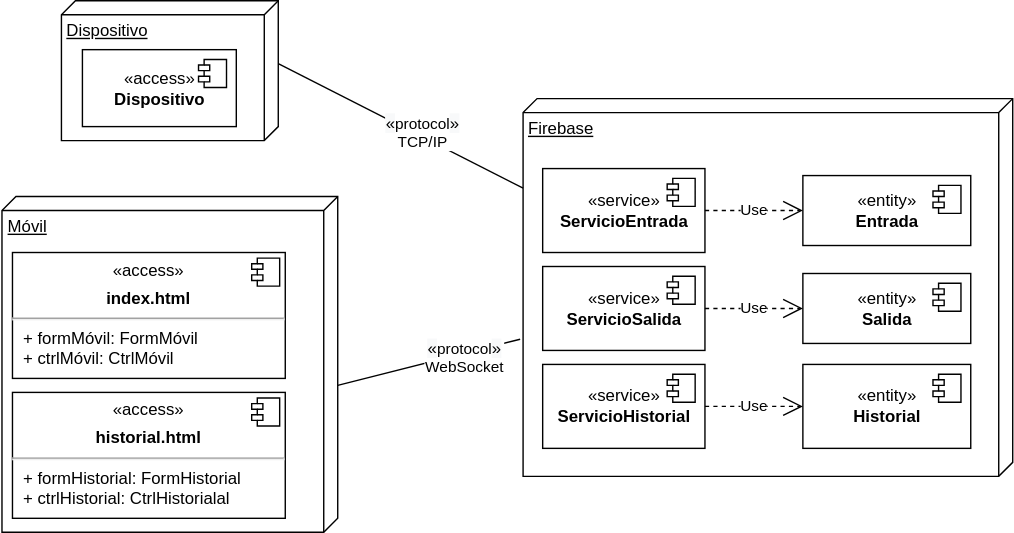
The draw.io diagram f_iot/img/despliegue_iot.svg in gilpgdm/gilpgdm.github.io, before a commit. Source tidied: cells renumbered, new cells last; positions are measured from the earlier drawing's top-left corner, leaving out a move shared by most shapes.
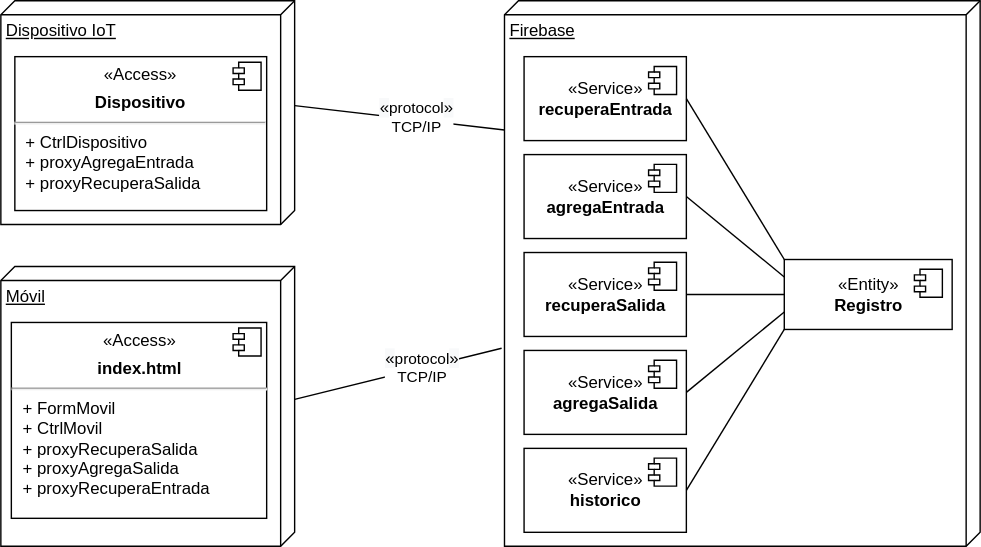
Above is the later version.

The edit, as a diff of the source:
```diff
@@ -2,119 +2,121 @@
   <root>
     <mxCell id="0" />
     <mxCell id="1" parent="0" />
-    <mxCell id="2" value="Firebase" style="verticalAlign=top;align=left;spacingTop=8;spacingLeft=2;spacingRight=12;shape=cube;size=10;direction=south;fontStyle=4;html=1;" parent="1" vertex="1">
-      <mxGeometry x="372" y="70" width="350" height="270" as="geometry" />
-    </mxCell>
-    <mxCell id="3" style="group;" parent="1" vertex="1">
-      <mxGeometry x="42" width="155" height="110" as="geometry" />
-    </mxCell>
-    <mxCell id="4" style="group;" parent="3" vertex="1">
-      <mxGeometry width="155" height="110" as="geometry" />
-    </mxCell>
-    <mxCell id="5" style="group;" parent="4" vertex="1">
-      <mxGeometry width="155" height="100" as="geometry" />
-    </mxCell>
-    <mxCell id="6" value="Dispositivo" style="verticalAlign=top;align=left;spacingTop=8;spacingLeft=2;spacingRight=12;shape=cube;size=10;direction=south;fontStyle=4;html=1;" parent="5" vertex="1">
-      <mxGeometry width="155" height="100" as="geometry" />
-    </mxCell>
-    <mxCell id="7" value="«access»&lt;br&gt;&lt;b&gt;Dispositivo&lt;/b&gt;" style="html=1;" parent="5" vertex="1">
-      <mxGeometry x="15" y="35" width="110" height="55" as="geometry" />
-    </mxCell>
-    <mxCell id="8" style="shape=module;jettyWidth=8;jettyHeight=4;" parent="7" vertex="1">
-      <mxGeometry x="1" width="20" height="20" relative="1" as="geometry">
-        <mxPoint x="-27" y="7" as="offset" />
-      </mxGeometry>
-    </mxCell>
+    <mxCell id="30" style="endArrow=none;html=1;entryX=0.237;entryY=1;entryDx=0;entryDy=0;entryPerimeter=0;exitX=0;exitY=0;exitDx=75;exitDy=0;exitPerimeter=0;" parent="1" edge="1" source="36" target="2">
+      <mxGeometry relative="1" as="geometry" />
+    </mxCell>
+    <mxCell id="31" value="&lt;span style=&quot;font-size: 12px ; background-color: rgb(248 , 249 , 250)&quot;&gt;«&lt;/span&gt;protocol&lt;span style=&quot;font-size: 12px ; background-color: rgb(248 , 249 , 250)&quot;&gt;»&lt;/span&gt;&lt;br&gt;TCP/IP" style="edgeLabel;html=1;align=center;verticalAlign=middle;" parent="30" vertex="1">
+      <mxGeometry x="0.15" y="3" relative="1" as="geometry" />
+    </mxCell>
+    <mxCell id="32" style="endArrow=none;html=1;entryX=0.637;entryY=1.006;entryDx=0;entryDy=0;entryPerimeter=0;exitX=0;exitY=0;exitDx=95;exitDy=0;exitPerimeter=0;" parent="1" edge="1" source="9" target="2">
+      <mxGeometry relative="1" as="geometry" />
+    </mxCell>
+    <mxCell id="33" value="&lt;span style=&quot;font-size: 12px ; background-color: rgb(248 , 249 , 250)&quot;&gt;«&lt;/span&gt;protocol&lt;span style=&quot;font-size: 12px ; background-color: rgb(248 , 249 , 250)&quot;&gt;»&lt;/span&gt;&lt;br&gt;TCP/IP" style="edgeLabel;html=1;align=center;verticalAlign=middle;" parent="32" vertex="1">
+      <mxGeometry x="0.37" y="-2" relative="1" as="geometry">
+        <mxPoint x="-12" as="offset" />
+      </mxGeometry>
+    </mxCell>
+    <mxCell id="34" style="group;" parent="1" vertex="1">
+      <mxGeometry x="-8" y="130" width="210" height="200" as="geometry" />
+    </mxCell>
-    <mxCell id="9" value="Móvil" style="verticalAlign=top;align=left;spacingTop=8;spacingLeft=2;spacingRight=12;shape=cube;size=10;direction=south;fontStyle=4;html=1;" parent="1" vertex="1">
-      <mxGeometry x="-0.5" y="140" width="240" height="240" as="geometry" />
+    <mxCell id="9" value="Móvil" style="verticalAlign=top;align=left;spacingTop=8;spacingLeft=2;spacingRight=12;shape=cube;size=10;direction=south;fontStyle=4;html=1;" parent="34" vertex="1">
+      <mxGeometry width="210" height="200" as="geometry" />
     </mxCell>
-    <mxCell id="10" value="&lt;p style=&quot;margin: 0px ; margin-top: 6px ; text-align: center&quot;&gt;«access»&lt;b&gt;&lt;br&gt;&lt;/b&gt;&lt;/p&gt;&lt;p style=&quot;margin: 0px ; margin-top: 6px ; text-align: center&quot;&gt;&lt;b&gt;index.html&lt;/b&gt;&lt;/p&gt;&lt;hr&gt;&lt;p style=&quot;margin: 0px ; margin-left: 8px&quot;&gt;+ formMóvil: FormMóvil&lt;/p&gt;&lt;p style=&quot;margin: 0px ; margin-left: 8px&quot;&gt;+ ctrlMóvil: CtrlMóvil&lt;/p&gt;" style="align=left;overflow=fill;html=1;" parent="1" vertex="1">
-      <mxGeometry x="7" y="180" width="195" height="90" as="geometry" />
+    <mxCell id="10" value="&lt;p style=&quot;margin: 0px ; margin-top: 6px ; text-align: center&quot;&gt;«Access»&lt;b&gt;&lt;br&gt;&lt;/b&gt;&lt;/p&gt;&lt;p style=&quot;margin: 0px ; margin-top: 6px ; text-align: center&quot;&gt;&lt;b&gt;index.html&lt;/b&gt;&lt;/p&gt;&lt;hr&gt;&lt;p style=&quot;margin: 0px ; margin-left: 8px&quot;&gt;+ FormMovil&lt;/p&gt;&lt;p style=&quot;margin: 0px ; margin-left: 8px&quot;&gt;+ CtrlMovil&lt;/p&gt;&lt;p style=&quot;margin: 0px ; margin-left: 8px&quot;&gt;+ proxyRecuperaSalida&lt;/p&gt;&lt;p style=&quot;margin: 0px ; margin-left: 8px&quot;&gt;+ proxyAgregaSalida&lt;/p&gt;&lt;p style=&quot;margin: 0px ; margin-left: 8px&quot;&gt;+ proxyRecuperaEntrada&lt;/p&gt;" style="align=left;overflow=fill;html=1;" parent="34" vertex="1">
+      <mxGeometry x="7.5" y="40" width="182.5" height="140" as="geometry" />
     </mxCell>
     <mxCell id="11" style="shape=component;jettyWidth=8;jettyHeight=4;" parent="10" vertex="1">
       <mxGeometry x="1" width="20" height="20" relative="1" as="geometry">
         <mxPoint x="-24" y="4" as="offset" />
       </mxGeometry>
     </mxCell>
-    <mxCell id="12" value="&lt;p style=&quot;margin: 6px 0px 0px ; text-align: center&quot;&gt;«access»&lt;/p&gt;&lt;p style=&quot;margin: 0px ; margin-top: 6px ; text-align: center&quot;&gt;&lt;b&gt;historial.html&lt;/b&gt;&lt;/p&gt;&lt;hr&gt;&lt;p style=&quot;margin: 0px ; margin-left: 8px&quot;&gt;+ formHistorial: FormHistorial&lt;br&gt;+ ctrlHistorial: CtrlHistorial&lt;span&gt;al&lt;/span&gt;&lt;/p&gt;" style="align=left;overflow=fill;html=1;" parent="1" vertex="1">
-      <mxGeometry x="7" y="280" width="195" height="90" as="geometry" />
-    </mxCell>
-    <mxCell id="13" style="shape=component;jettyWidth=8;jettyHeight=4;" parent="12" vertex="1">
-      <mxGeometry x="1" width="20" height="20" relative="1" as="geometry">
-        <mxPoint x="-24" y="4" as="offset" />
-      </mxGeometry>
-    </mxCell>
+    <mxCell id="35" style="group;" parent="1" vertex="1">
+      <mxGeometry x="-8" y="-60" width="210" height="160" as="geometry" />
+    </mxCell>
+    <mxCell id="36" value="Dispositivo IoT" style="verticalAlign=top;align=left;spacingTop=8;spacingLeft=2;spacingRight=12;shape=cube;size=10;direction=south;fontStyle=4;html=1;" parent="35" vertex="1">
+      <mxGeometry width="210" height="160" as="geometry" />
+    </mxCell>
+    <mxCell id="37" value="&lt;p style=&quot;margin: 6px 0px 0px ; text-align: center&quot;&gt;«Access»&lt;b&gt;&lt;br&gt;&lt;/b&gt;&lt;/p&gt;&lt;p style=&quot;margin: 0px ; margin-top: 6px ; text-align: center&quot;&gt;&lt;b&gt;Dispositivo&lt;/b&gt;&lt;/p&gt;&lt;hr&gt;&lt;p style=&quot;margin: 0px ; margin-left: 8px&quot;&gt;+ CtrlDispositivo&lt;br&gt;+ proxyAgregaEntrada&lt;/p&gt;&lt;p style=&quot;margin: 0px ; margin-left: 8px&quot;&gt;+ proxyRecuperaSalida&lt;/p&gt;" style="align=left;overflow=fill;html=1;" parent="35" vertex="1">
+      <mxGeometry x="10" y="40" width="180" height="110" as="geometry" />
+    </mxCell>
+    <mxCell id="38" style="shape=component;jettyWidth=8;jettyHeight=4;" parent="37" vertex="1">
+      <mxGeometry x="1" width="20" height="20" relative="1" as="geometry">
+        <mxPoint x="-24" y="4" as="offset" />
+      </mxGeometry>
+    </mxCell>
+    <mxCell id="39" style="group;" parent="1" vertex="1">
+      <mxGeometry x="352" y="-60" width="340" height="390" as="geometry" />
+    </mxCell>
+    <mxCell id="2" value="Firebase" style="verticalAlign=top;align=left;spacingTop=8;spacingLeft=2;spacingRight=12;shape=cube;size=10;direction=south;fontStyle=4;html=1;" parent="39" vertex="1">
+      <mxGeometry width="340" height="390" as="geometry" />
+    </mxCell>
-    <mxCell id="14" value="«service»&lt;br&gt;&lt;b&gt;ServicioEntrada&lt;/b&gt;" style="html=1;" parent="1" vertex="1">
-      <mxGeometry x="386" y="120" width="116" height="60" as="geometry" />
+    <mxCell id="14" value="«Service»&lt;br&gt;&lt;b&gt;agregaEntrada&lt;/b&gt;" style="html=1;" parent="39" vertex="1">
+      <mxGeometry x="14" y="110" width="116" height="60" as="geometry" />
     </mxCell>
     <mxCell id="15" style="shape=module;jettyWidth=8;jettyHeight=4;" parent="14" vertex="1">
       <mxGeometry x="1" width="20" height="20" relative="1" as="geometry">
         <mxPoint x="-27" y="7" as="offset" />
       </mxGeometry>
     </mxCell>
-    <mxCell id="16" value="«service»&lt;br&gt;&lt;b&gt;ServicioSalida&lt;/b&gt;" style="html=1;" parent="1" vertex="1">
-      <mxGeometry x="386" y="190" width="116" height="60" as="geometry" />
+    <mxCell id="16" value="«Service»&lt;br&gt;&lt;b&gt;recuperaSalida&lt;/b&gt;" style="html=1;" parent="39" vertex="1">
+      <mxGeometry x="14" y="180" width="116" height="60" as="geometry" />
     </mxCell>
     <mxCell id="17" style="shape=module;jettyWidth=8;jettyHeight=4;" parent="16" vertex="1">
       <mxGeometry x="1" width="20" height="20" relative="1" as="geometry">
         <mxPoint x="-27" y="7" as="offset" />
       </mxGeometry>
     </mxCell>
-    <mxCell id="18" value="«service»&lt;br&gt;&lt;b&gt;ServicioHistorial&lt;/b&gt;" style="html=1;" parent="1" vertex="1">
-      <mxGeometry x="386" y="260" width="116" height="60" as="geometry" />
+    <mxCell id="18" value="«Service»&lt;br&gt;&lt;b&gt;historico&lt;/b&gt;" style="html=1;" parent="39" vertex="1">
+      <mxGeometry x="14" y="320" width="116" height="60" as="geometry" />
     </mxCell>
     <mxCell id="19" style="shape=module;jettyWidth=8;jettyHeight=4;" parent="18" vertex="1">
       <mxGeometry x="1" width="20" height="20" relative="1" as="geometry">
         <mxPoint x="-27" y="7" as="offset" />
       </mxGeometry>
     </mxCell>
-    <mxCell id="20" style="edgeStyle=orthogonalEdgeStyle;rounded=0;orthogonalLoop=1;jettySize=auto;html=1;exitX=0.5;exitY=1;exitDx=0;exitDy=0;" parent="1" edge="1" source="18" target="18">
+    <mxCell id="20" style="edgeStyle=orthogonalEdgeStyle;rounded=0;orthogonalLoop=1;jettySize=auto;html=1;exitX=0.5;exitY=1;exitDx=0;exitDy=0;" parent="39" edge="1" source="18" target="18">
       <mxGeometry relative="1" as="geometry" />
     </mxCell>
-    <mxCell id="21" value="«entity»&lt;br&gt;&lt;b&gt;Entrada&lt;/b&gt;" style="html=1;" parent="1" vertex="1">
-      <mxGeometry x="572" y="125" width="120" height="50" as="geometry" />
+    <mxCell id="21" value="«Entity»&lt;br&gt;&lt;b&gt;Registro&lt;/b&gt;" style="html=1;" parent="39" vertex="1">
+      <mxGeometry x="200" y="185" width="120" height="50" as="geometry" />
     </mxCell>
     <mxCell id="22" style="shape=module;jettyWidth=8;jettyHeight=4;" parent="21" vertex="1">
       <mxGeometry x="1" width="20" height="20" relative="1" as="geometry">
         <mxPoint x="-27" y="7" as="offset" />
       </mxGeometry>
     </mxCell>
+    <mxCell id="40" value="«Service»&lt;br&gt;&lt;b&gt;recuperaEntrada&lt;/b&gt;" style="html=1;" parent="39" vertex="1">
+      <mxGeometry x="14" y="40" width="116" height="60" as="geometry" />
+    </mxCell>
+    <mxCell id="41" style="shape=module;jettyWidth=8;jettyHeight=4;" parent="40" vertex="1">
+      <mxGeometry x="1" width="20" height="20" relative="1" as="geometry">
+        <mxPoint x="-27" y="7" as="offset" />
+      </mxGeometry>
+    </mxCell>
+    <mxCell id="42" value="«Service»&lt;br&gt;&lt;b&gt;agregaSalida&lt;/b&gt;" style="html=1;" parent="39" vertex="1">
+      <mxGeometry x="14" y="250" width="116" height="60" as="geometry" />
+    </mxCell>
+    <mxCell id="43" style="shape=module;jettyWidth=8;jettyHeight=4;" parent="42" vertex="1">
+      <mxGeometry x="1" width="20" height="20" relative="1" as="geometry">
+        <mxPoint x="-27" y="7" as="offset" />
+      </mxGeometry>
+    </mxCell>
+    <mxCell id="44" style="endArrow=none;html=1;entryX=0;entryY=0.5;entryDx=0;entryDy=0;" parent="39" edge="1" target="21">
+      <mxGeometry relative="1" as="geometry">
+        <mxPoint x="130" y="210" as="sourcePoint" />
+      </mxGeometry>
+    </mxCell>
-    <mxCell id="23" value="Use" style="endArrow=open;endSize=12;dashed=1;html=1;exitX=1;exitY=0.5;exitDx=0;exitDy=0;entryX=0;entryY=0.5;entryDx=0;entryDy=0;" parent="1" edge="1" source="14" target="21">
+    <mxCell id="23" style="endArrow=none;html=1;entryX=0;entryY=0.25;entryDx=0;entryDy=0;exitX=1;exitY=0.5;exitDx=0;exitDy=0;" parent="39" edge="1" source="14" target="21">
       <mxGeometry relative="1" as="geometry" />
     </mxCell>
-    <mxCell id="24" value="«entity»&lt;br&gt;&lt;b&gt;Salida&lt;/b&gt;" style="html=1;" parent="1" vertex="1">
-      <mxGeometry x="572" y="195" width="120" height="50" as="geometry" />
-    </mxCell>
-    <mxCell id="25" style="shape=module;jettyWidth=8;jettyHeight=4;" parent="24" vertex="1">
-      <mxGeometry x="1" width="20" height="20" relative="1" as="geometry">
-        <mxPoint x="-27" y="7" as="offset" />
-      </mxGeometry>
-    </mxCell>
-    <mxCell id="26" value="Use" style="endArrow=open;endSize=12;dashed=1;html=1;entryX=0;entryY=0.5;entryDx=0;entryDy=0;exitX=1;exitY=0.5;exitDx=0;exitDy=0;" parent="1" edge="1" source="16" target="24">
-      <mxGeometry relative="1" as="geometry" />
-    </mxCell>
-    <mxCell id="27" value="«entity»&lt;br&gt;&lt;b&gt;Historial&lt;/b&gt;" style="html=1;" parent="1" vertex="1">
-      <mxGeometry x="572" y="260" width="120" height="60" as="geometry" />
-    </mxCell>
-    <mxCell id="28" style="shape=module;jettyWidth=8;jettyHeight=4;" parent="27" vertex="1">
-      <mxGeometry x="1" width="20" height="20" relative="1" as="geometry">
-        <mxPoint x="-27" y="7" as="offset" />
-      </mxGeometry>
-    </mxCell>
-    <mxCell id="29" value="Use" style="endArrow=open;endSize=12;dashed=1;html=1;entryX=0;entryY=0.5;entryDx=0;entryDy=0;exitX=1;exitY=0.5;exitDx=0;exitDy=0;" parent="1" edge="1" source="18" target="27">
-      <mxGeometry relative="1" as="geometry" />
-    </mxCell>
-    <mxCell id="30" style="endArrow=none;html=1;exitX=0;exitY=0;exitDx=45;exitDy=0;exitPerimeter=0;entryX=0.237;entryY=1;entryDx=0;entryDy=0;entryPerimeter=0;" parent="1" edge="1" source="6" target="2">
-      <mxGeometry relative="1" as="geometry" />
-    </mxCell>
-    <mxCell id="31" value="&lt;span style=&quot;font-size: 12px ; background-color: rgb(248 , 249 , 250)&quot;&gt;«&lt;/span&gt;protocol&lt;span style=&quot;font-size: 12px ; background-color: rgb(248 , 249 , 250)&quot;&gt;»&lt;/span&gt;&lt;br&gt;TCP/IP" style="edgeLabel;html=1;align=center;verticalAlign=middle;" parent="30" vertex="1">
-      <mxGeometry x="0.15" y="3" relative="1" as="geometry" />
-    </mxCell>
-    <mxCell id="32" style="endArrow=none;html=1;exitX=0;exitY=0;exitDx=135;exitDy=0;exitPerimeter=0;entryX=0.637;entryY=1.006;entryDx=0;entryDy=0;entryPerimeter=0;" parent="1" edge="1" source="9" target="2">
-      <mxGeometry relative="1" as="geometry" />
-    </mxCell>
-    <mxCell id="33" value="&lt;span style=&quot;font-size: 12px ; background-color: rgb(248 , 249 , 250)&quot;&gt;«&lt;/span&gt;protocol&lt;span style=&quot;font-size: 12px ; background-color: rgb(248 , 249 , 250)&quot;&gt;»&lt;/span&gt;&lt;br&gt;WebSocket" style="edgeLabel;html=1;align=center;verticalAlign=middle;" parent="32" vertex="1">
-      <mxGeometry x="0.37" y="-2" relative="1" as="geometry" />
-    </mxCell>
+    <mxCell id="45" style="endArrow=none;html=1;entryX=0;entryY=0.75;entryDx=0;entryDy=0;exitX=1;exitY=0.5;exitDx=0;exitDy=0;" parent="39" edge="1" source="42" target="21">
+      <mxGeometry relative="1" as="geometry" />
+    </mxCell>
+    <mxCell id="46" style="endArrow=none;html=1;entryX=0;entryY=0;entryDx=0;entryDy=0;exitX=1;exitY=0.5;exitDx=0;exitDy=0;" parent="39" edge="1" source="40" target="21">
+      <mxGeometry relative="1" as="geometry" />
+    </mxCell>
+    <mxCell id="47" style="endArrow=none;html=1;entryX=0;entryY=1;entryDx=0;entryDy=0;exitX=1;exitY=0.5;exitDx=0;exitDy=0;" parent="39" edge="1" source="18" target="21">
+      <mxGeometry relative="1" as="geometry" />
+    </mxCell>
   </root>
 </mxGraphModel>
```
